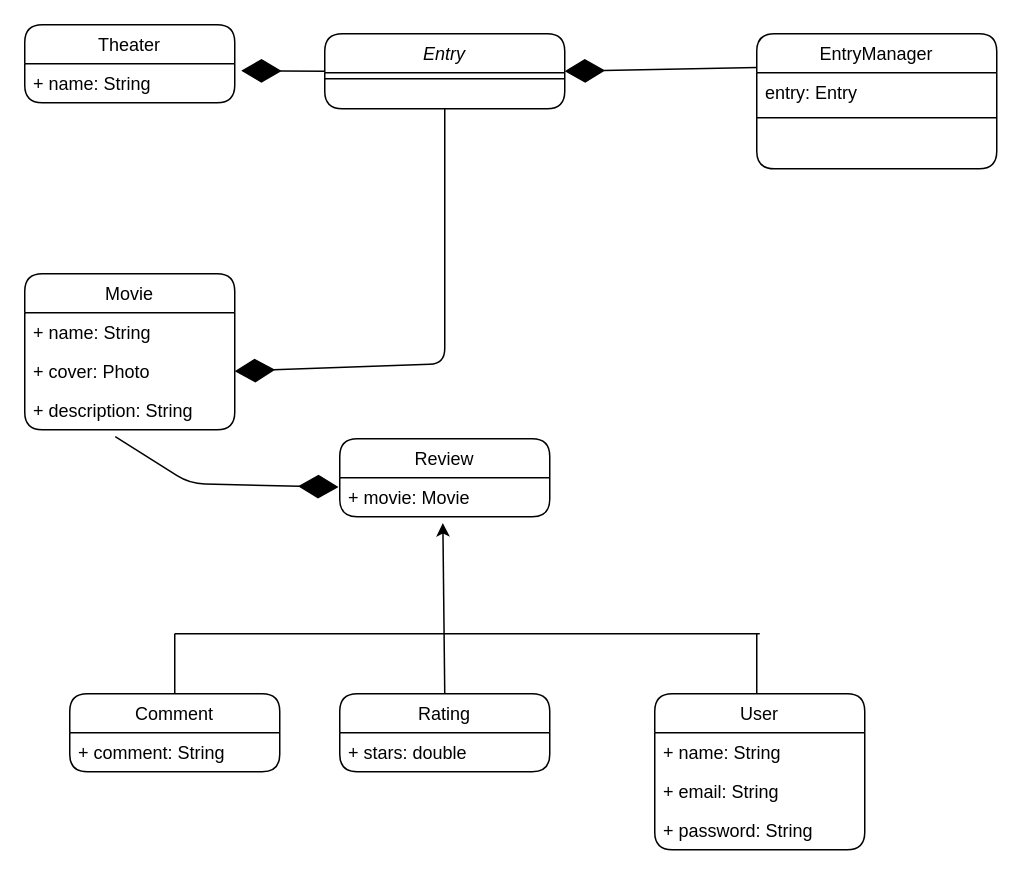
HermanniKokkonen/GitProject_WebView keeps this draw.io diagram as ElokuvaTähti.drawio. Above is the earlier version. Source tidied: cells renumbered, new cells numbered last; positions are measured from the earlier drawing's top-left corner, leaving out a move shared by most shapes. Both pictures are drawn from the tidied source at 150%, with x=0, y=0 at pixel (24, 24).
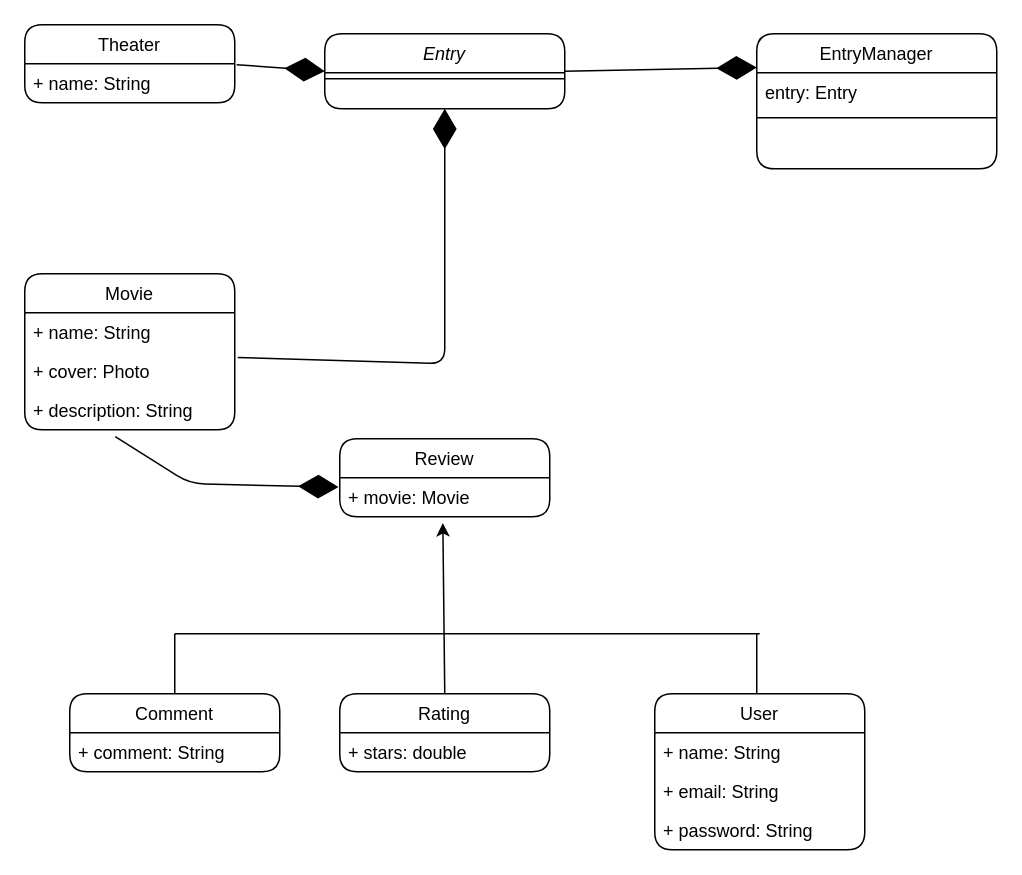
After the change.

The change refers to these unchanged cells:
```xml
<mxCell id="2" value="Entry" style="swimlane;fontStyle=2;align=center;verticalAlign=top;horizontal=1;startSize=26;rounded=1;shadow=0;strokeWidth=1;" parent="1" vertex="1">
  <mxGeometry x="200" y="6" width="160" height="50" as="geometry" />
</mxCell>
<mxCell id="4" value="EntryManager" style="swimlane;fontStyle=0;align=center;verticalAlign=top;horizontal=1;startSize=26;rounded=1;shadow=0;strokeWidth=1;" parent="1" vertex="1">
  <mxGeometry x="488" y="6" width="160" height="90" as="geometry" />
</mxCell>
<mxCell id="19" value="+ cover: Photo" style="text;strokeColor=none;fillColor=none;align=left;verticalAlign=top;spacingLeft=4;spacingRight=4;overflow=hidden;points=[[0,0.5],[1,0.5]];portConstraint=eastwest;rounded=1;" parent="17" vertex="1">
  <mxGeometry y="52" width="140" height="26" as="geometry" />
</mxCell>
<mxCell id="22" value="+ name: String" style="text;strokeColor=none;fillColor=none;align=left;verticalAlign=top;spacingLeft=4;spacingRight=4;overflow=hidden;points=[[0,0.5],[1,0.5]];portConstraint=eastwest;rounded=1;" parent="21" vertex="1">
  <mxGeometry y="26" width="140" height="26" as="geometry" />
</mxCell>
```

What changed in the source:
```diff
@@
-    <mxCell id="23" style="endArrow=diamondThin;endFill=1;endSize=24;html=1;rounded=1;entryX=1;entryY=0.5;entryDx=0;entryDy=0;exitX=0.5;exitY=1;exitDx=0;exitDy=0;" parent="1" edge="1" source="2" target="19">
+    <mxCell id="23" style="endArrow=diamondThin;endFill=1;endSize=24;html=1;rounded=1;exitX=1.014;exitY=0.146;exitDx=0;exitDy=0;exitPerimeter=0;entryX=0.5;entryY=1;entryDx=0;entryDy=0;" parent="1" edge="1" source="19" target="2">
       <mxGeometry relative="1" as="geometry">
         <Array as="points">
           <mxPoint x="280" y="226" />
         </Array>
       </mxGeometry>
     </mxCell>
-    <mxCell id="24" style="endArrow=diamondThin;endFill=1;endSize=24;html=1;rounded=1;entryX=1.031;entryY=0.177;entryDx=0;entryDy=0;exitX=0;exitY=0.5;exitDx=0;exitDy=0;entryPerimeter=0;" parent="1" edge="1" source="2" target="22">
+    <mxCell id="24" style="endArrow=diamondThin;endFill=1;endSize=24;html=1;rounded=1;exitX=1.009;exitY=0.023;exitDx=0;exitDy=0;exitPerimeter=0;entryX=0;entryY=0.5;entryDx=0;entryDy=0;" parent="1" edge="1" source="22" target="2">
       <mxGeometry relative="1" as="geometry" />
     </mxCell>
-    <mxCell id="25" style="endArrow=diamondThin;endFill=1;endSize=24;html=1;rounded=1;entryX=1;entryY=0.5;entryDx=0;entryDy=0;exitX=0;exitY=0.25;exitDx=0;exitDy=0;" parent="1" edge="1" source="4" target="2">
+    <mxCell id="25" style="endArrow=diamondThin;endFill=1;endSize=24;html=1;rounded=1;exitX=1;exitY=0.5;exitDx=0;exitDy=0;entryX=0;entryY=0.25;entryDx=0;entryDy=0;" parent="1" edge="1" source="2" target="4">
       <mxGeometry relative="1" as="geometry" />
     </mxCell>
```
